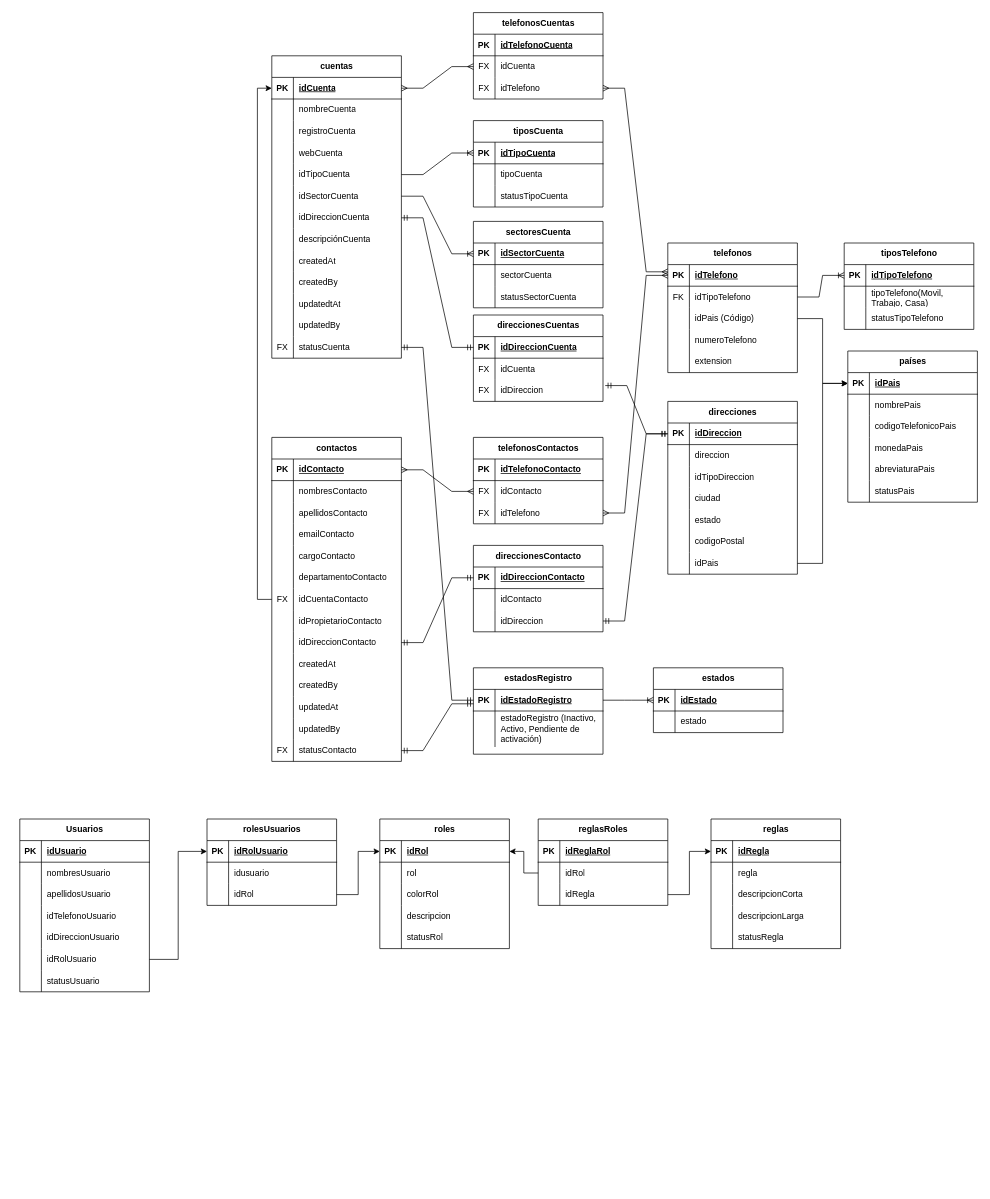
This is bd people.drawio from ocpdata/BDPeople, a draw.io file, before an edit. Source tidied: cells renumbered, new cells numbered last; positions are measured from the earlier drawing's top-left corner, leaving out a move shared by most shapes. Both pictures are drawn from the tidied source at 72%, with x=0, y=0 at pixel (19, 12).
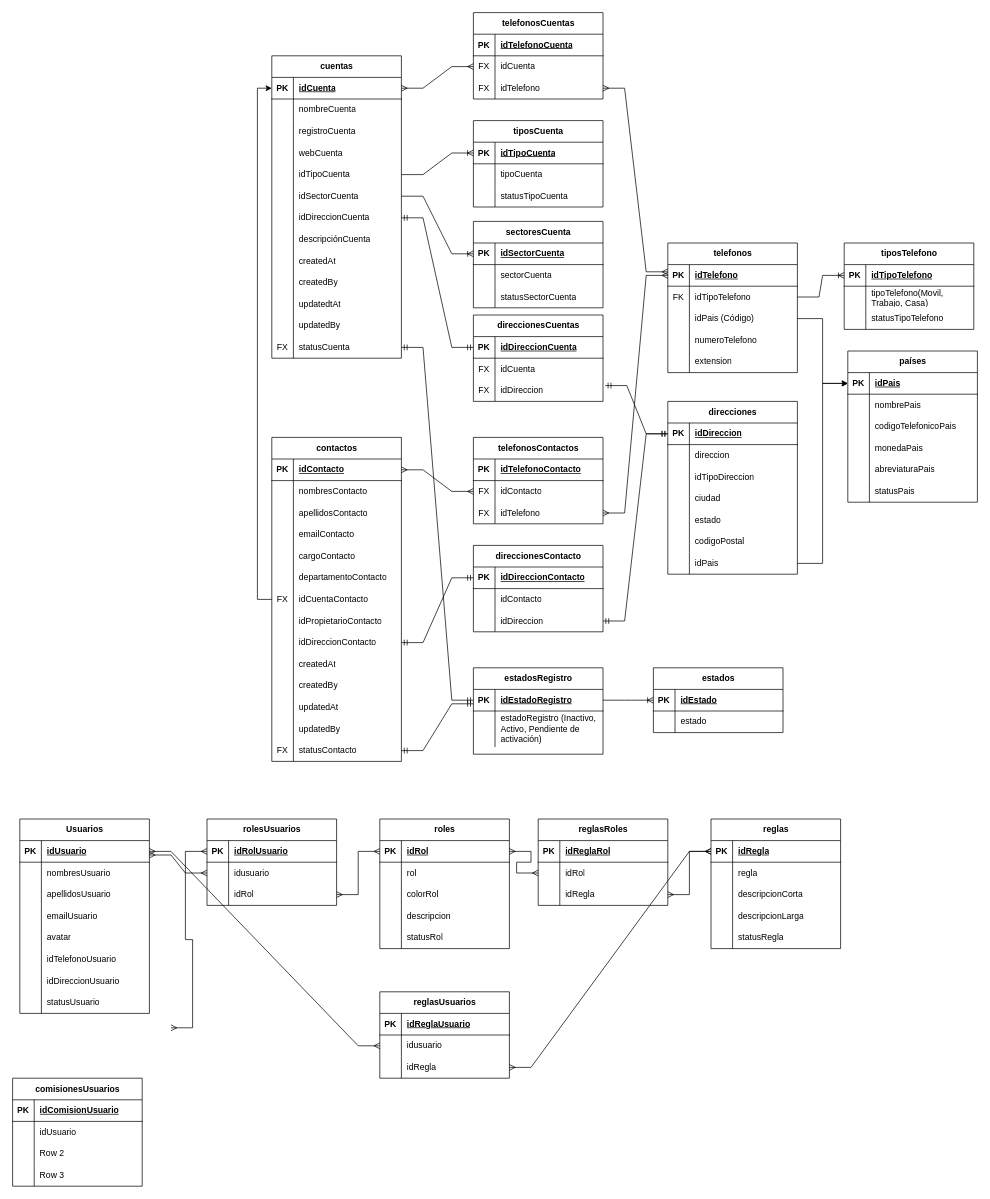
The same diagram, later.

The change refers to these unchanged cells:
```xml
<mxCell id="217" style="shape=tableRow;horizontal=0;startSize=0;swimlaneHead=0;swimlaneBody=0;fillColor=none;points=[[0,0.5],[1,0.5]];portConstraint=eastwest;top=0;left=0;right=0;bottom=1;" parent="216" vertex="1">
  <mxGeometry y="30" width="180" height="30" as="geometry" />
</mxCell>
<mxCell id="239" style="shape=tableRow;horizontal=0;startSize=0;swimlaneHead=0;swimlaneBody=0;fillColor=none;points=[[0,0.5],[1,0.5]];portConstraint=eastwest;top=0;left=0;right=0;bottom=1;" parent="238" vertex="1">
  <mxGeometry y="30" width="180" height="30" as="geometry" />
</mxCell>
<mxCell id="255" style="shape=tableRow;horizontal=0;startSize=0;swimlaneHead=0;swimlaneBody=0;fillColor=none;points=[[0,0.5],[1,0.5]];portConstraint=eastwest;top=0;left=0;right=0;bottom=1;" parent="254" vertex="1">
  <mxGeometry y="30" width="180" height="30" as="geometry" />
</mxCell>
<mxCell id="279" style="shape=tableRow;horizontal=0;startSize=0;swimlaneHead=0;swimlaneBody=0;fillColor=none;points=[[0,0.5],[1,0.5]];portConstraint=eastwest;top=0;left=0;right=0;bottom=1;" parent="278" vertex="1">
  <mxGeometry y="30" width="180" height="30" as="geometry" />
</mxCell>
<mxCell id="282" style="shape=tableRow;horizontal=0;startSize=0;swimlaneHead=0;swimlaneBody=0;fillColor=none;points=[[0,0.5],[1,0.5]];portConstraint=eastwest;top=0;left=0;right=0;bottom=0;" parent="278" vertex="1">
  <mxGeometry y="60" width="180" height="30" as="geometry" />
</mxCell>
<mxCell id="285" style="shape=tableRow;horizontal=0;startSize=0;swimlaneHead=0;swimlaneBody=0;fillColor=none;points=[[0,0.5],[1,0.5]];portConstraint=eastwest;top=0;left=0;right=0;bottom=0;" parent="278" vertex="1">
  <mxGeometry y="90" width="180" height="30" as="geometry" />
</mxCell>
<mxCell id="294" style="shape=tableRow;horizontal=0;startSize=0;swimlaneHead=0;swimlaneBody=0;fillColor=none;points=[[0,0.5],[1,0.5]];portConstraint=eastwest;top=0;left=0;right=0;bottom=0;" parent="290" vertex="1">
  <mxGeometry y="60" width="180" height="30" as="geometry" />
</mxCell>
<mxCell id="297" style="shape=tableRow;horizontal=0;startSize=0;swimlaneHead=0;swimlaneBody=0;fillColor=none;points=[[0,0.5],[1,0.5]];portConstraint=eastwest;top=0;left=0;right=0;bottom=0;" parent="290" vertex="1">
  <mxGeometry y="90" width="180" height="30" as="geometry" />
</mxCell>
```

The edit, as a diff of the source:
```diff
@@
     <mxCell id="216" value="Usuarios" style="shape=table;startSize=30;childLayout=tableLayout;rowLines=0;fontStyle=1;align=center;html=1;" parent="1" vertex="1">
-      <mxGeometry y="1120" width="180" height="240" as="geometry" />
+      <mxGeometry y="1120" width="180" height="270" as="geometry" />
     </mxCell>
@@
+    <mxCell id="321" style="shape=tableRow;horizontal=0;startSize=0;swimlaneHead=0;swimlaneBody=0;fillColor=none;top=0;left=0;right=0;bottom=0;" parent="216" vertex="1">
+      <mxGeometry y="120" width="180" height="30" as="geometry" />
+    </mxCell>
+    <mxCell id="322" style="shape=partialRectangle;fillColor=none;top=0;left=0;bottom=0;right=0;overflow=hidden;whiteSpace=wrap;html=1;" parent="321" vertex="1">
+      <mxGeometry width="30" height="30" as="geometry" />
+    </mxCell>
+    <mxCell id="323" value="emailUsuario" style="shape=partialRectangle;fillColor=none;top=0;left=0;bottom=0;right=0;align=left;spacingLeft=6;overflow=hidden;whiteSpace=wrap;html=1;" parent="321" vertex="1">
+      <mxGeometry x="30" width="150" height="30" as="geometry" />
+    </mxCell>
+    <mxCell id="324" style="shape=tableRow;horizontal=0;startSize=0;swimlaneHead=0;swimlaneBody=0;fillColor=none;top=0;left=0;right=0;bottom=0;" parent="216" vertex="1">
+      <mxGeometry y="150" width="180" height="30" as="geometry" />
+    </mxCell>
+    <mxCell id="325" style="shape=partialRectangle;fillColor=none;top=0;left=0;bottom=0;right=0;overflow=hidden;whiteSpace=wrap;html=1;" parent="324" vertex="1">
+      <mxGeometry width="30" height="30" as="geometry" />
+    </mxCell>
+    <mxCell id="326" value="avatar" style="shape=partialRectangle;fillColor=none;top=0;left=0;bottom=0;right=0;align=left;spacingLeft=6;overflow=hidden;whiteSpace=wrap;html=1;" parent="324" vertex="1">
+      <mxGeometry x="30" width="150" height="30" as="geometry" />
+    </mxCell>
     <mxCell id="226" style="shape=tableRow;horizontal=0;startSize=0;swimlaneHead=0;swimlaneBody=0;fillColor=none;top=0;left=0;right=0;bottom=0;" parent="216" vertex="1">
-      <mxGeometry y="120" width="180" height="30" as="geometry" />
+      <mxGeometry y="180" width="180" height="30" as="geometry" />
     </mxCell>
@@
     <mxCell id="229" style="shape=tableRow;horizontal=0;startSize=0;swimlaneHead=0;swimlaneBody=0;fillColor=none;top=0;left=0;right=0;bottom=0;" parent="216" vertex="1">
-      <mxGeometry y="150" width="180" height="30" as="geometry" />
+      <mxGeometry y="210" width="180" height="30" as="geometry" />
     </mxCell>
@@
-    <mxCell id="232" style="shape=tableRow;horizontal=0;startSize=0;swimlaneHead=0;swimlaneBody=0;fillColor=none;points=[[0,0.5],[1,0.5]];portConstraint=eastwest;top=0;left=0;right=0;bottom=0;" parent="216" vertex="1">
-      <mxGeometry y="180" width="180" height="30" as="geometry" />
-    </mxCell>
-    <mxCell id="233" style="shape=partialRectangle;fillColor=none;top=0;left=0;bottom=0;right=0;overflow=hidden;whiteSpace=wrap;html=1;" parent="232" vertex="1">
-      <mxGeometry width="30" height="30" as="geometry" />
-    </mxCell>
-    <mxCell id="234" value="idRolUsuario" style="shape=partialRectangle;fillColor=none;top=0;left=0;bottom=0;right=0;align=left;spacingLeft=6;overflow=hidden;whiteSpace=wrap;html=1;" parent="232" vertex="1">
-      <mxGeometry x="30" width="150" height="30" as="geometry" />
-    </mxCell>
     <mxCell id="235" style="shape=tableRow;horizontal=0;startSize=0;swimlaneHead=0;swimlaneBody=0;fillColor=none;top=0;left=0;right=0;bottom=0;" parent="216" vertex="1">
-      <mxGeometry y="210" width="180" height="30" as="geometry" />
+      <mxGeometry y="240" width="180" height="30" as="geometry" />
     </mxCell>
@@
-    <mxCell id="288" style="edgeStyle=orthogonalEdgeStyle;rounded=0;jettySize=auto;html=1;exitX=1;exitY=0.5;exitDx=0;exitDy=0;entryX=0;entryY=0.5;entryDx=0;entryDy=0;" parent="1" edge="1" source="232" target="279">
-      <mxGeometry relative="1" as="geometry" />
-    </mxCell>
-    <mxCell id="289" style="edgeStyle=orthogonalEdgeStyle;rounded=0;jettySize=auto;html=1;exitX=1;exitY=0.5;exitDx=0;exitDy=0;entryX=0;entryY=0.5;entryDx=0;entryDy=0;" parent="1" edge="1" source="285" target="255">
-      <mxGeometry relative="1" as="geometry" />
-    </mxCell>
@@
-    <mxCell id="300" style="edgeStyle=orthogonalEdgeStyle;rounded=0;jettySize=auto;html=1;exitX=0;exitY=0.5;exitDx=0;exitDy=0;entryX=1;entryY=0.5;entryDx=0;entryDy=0;" parent="1" edge="1" source="294" target="255">
-      <mxGeometry relative="1" as="geometry" />
-    </mxCell>
-    <mxCell id="301" style="edgeStyle=orthogonalEdgeStyle;rounded=0;jettySize=auto;html=1;exitX=1;exitY=0.5;exitDx=0;exitDy=0;entryX=0;entryY=0.5;entryDx=0;entryDy=0;" parent="1" edge="1" source="297" target="239">
-      <mxGeometry relative="1" as="geometry" />
-    </mxCell>
@@
+    <mxCell id="327" value="reglasUsuarios" style="shape=table;startSize=30;childLayout=tableLayout;rowLines=0;fontStyle=1;align=center;html=1;" parent="1" vertex="1">
+      <mxGeometry x="500" y="1360" width="180" height="120" as="geometry" />
+    </mxCell>
+    <mxCell id="328" style="shape=tableRow;horizontal=0;startSize=0;swimlaneHead=0;swimlaneBody=0;fillColor=none;top=0;left=0;right=0;bottom=1;" parent="327" vertex="1">
+      <mxGeometry y="30" width="180" height="30" as="geometry" />
+    </mxCell>
+    <mxCell id="329" value="PK" style="shape=partialRectangle;fillColor=none;top=0;left=0;bottom=0;right=0;fontStyle=1;overflow=hidden;whiteSpace=wrap;html=1;" parent="328" vertex="1">
+      <mxGeometry width="30" height="30" as="geometry" />
+    </mxCell>
+    <mxCell id="330" value="idReglaUsuario" style="shape=partialRectangle;fillColor=none;top=0;left=0;bottom=0;right=0;align=left;spacingLeft=6;fontStyle=5;overflow=hidden;whiteSpace=wrap;html=1;" parent="328" vertex="1">
+      <mxGeometry x="30" width="150" height="30" as="geometry" />
+    </mxCell>
+    <mxCell id="331" style="shape=tableRow;horizontal=0;startSize=0;swimlaneHead=0;swimlaneBody=0;fillColor=none;points=[[0,0.5],[1,0.5]];portConstraint=eastwest;top=0;left=0;right=0;bottom=0;" parent="327" vertex="1">
+      <mxGeometry y="60" width="180" height="30" as="geometry" />
+    </mxCell>
+    <mxCell id="332" style="shape=partialRectangle;fillColor=none;top=0;left=0;bottom=0;right=0;overflow=hidden;whiteSpace=wrap;html=1;" parent="331" vertex="1">
+      <mxGeometry width="30" height="30" as="geometry" />
+    </mxCell>
+    <mxCell id="333" value="idusuario" style="shape=partialRectangle;fillColor=none;top=0;left=0;bottom=0;right=0;align=left;spacingLeft=6;overflow=hidden;whiteSpace=wrap;html=1;" parent="331" vertex="1">
+      <mxGeometry x="30" width="150" height="30" as="geometry" />
+    </mxCell>
+    <mxCell id="334" style="shape=tableRow;horizontal=0;startSize=0;swimlaneHead=0;swimlaneBody=0;fillColor=none;points=[[0,0.5],[1,0.5]];portConstraint=eastwest;top=0;left=0;right=0;bottom=0;" parent="327" vertex="1">
+      <mxGeometry y="90" width="180" height="30" as="geometry" />
+    </mxCell>
+    <mxCell id="335" style="shape=partialRectangle;fillColor=none;top=0;left=0;bottom=0;right=0;overflow=hidden;whiteSpace=wrap;html=1;" parent="334" vertex="1">
+      <mxGeometry width="30" height="30" as="geometry" />
+    </mxCell>
+    <mxCell id="336" value="idRegla" style="shape=partialRectangle;fillColor=none;top=0;left=0;bottom=0;right=0;align=left;spacingLeft=6;overflow=hidden;whiteSpace=wrap;html=1;" parent="334" vertex="1">
+      <mxGeometry x="30" width="150" height="30" as="geometry" />
+    </mxCell>
+    <mxCell id="337" style="edgeStyle=entityRelationEdgeStyle;fontSize=12;html=1;endArrow=ERmany;startArrow=ERmany;rounded=0;entryX=0;entryY=0.5;entryDx=0;entryDy=0;" parent="1" edge="1" source="217" target="331">
+      <mxGeometry relative="1" as="geometry" />
+    </mxCell>
+    <mxCell id="338" style="edgeStyle=entityRelationEdgeStyle;fontSize=12;html=1;endArrow=ERmany;startArrow=ERmany;rounded=0;entryX=0;entryY=0.5;entryDx=0;entryDy=0;exitX=1;exitY=0.5;exitDx=0;exitDy=0;" parent="1" edge="1" source="334" target="239">
+      <mxGeometry relative="1" as="geometry" />
+    </mxCell>
+    <mxCell id="339" style="edgeStyle=entityRelationEdgeStyle;fontSize=12;html=1;endArrow=ERmany;startArrow=ERmany;rounded=0;entryX=0;entryY=0.5;entryDx=0;entryDy=0;exitX=1;exitY=0.5;exitDx=0;exitDy=0;" parent="1" edge="1" target="279">
+      <mxGeometry relative="1" as="geometry">
+        <mxPoint x="210" y="1410" as="sourcePoint" />
+      </mxGeometry>
+    </mxCell>
+    <mxCell id="340" style="edgeStyle=entityRelationEdgeStyle;fontSize=12;html=1;endArrow=ERmany;startArrow=ERmany;rounded=0;entryX=0;entryY=0.5;entryDx=0;entryDy=0;" parent="1" edge="1" target="282">
+      <mxGeometry relative="1" as="geometry">
+        <mxPoint x="180" y="1170" as="sourcePoint" />
+      </mxGeometry>
+    </mxCell>
+    <mxCell id="289" style="edgeStyle=entityRelationEdgeStyle;fontSize=12;html=1;endArrow=ERmany;startArrow=ERmany;rounded=0;entryX=0;entryY=0.5;entryDx=0;entryDy=0;exitX=1;exitY=0.5;exitDx=0;exitDy=0;" parent="1" edge="1" source="285" target="255">
+      <mxGeometry relative="1" as="geometry" />
+    </mxCell>
+    <mxCell id="341" style="edgeStyle=entityRelationEdgeStyle;fontSize=12;html=1;endArrow=ERmany;startArrow=ERmany;rounded=0;entryX=0;entryY=0.5;entryDx=0;entryDy=0;" parent="1" edge="1" source="255" target="294">
+      <mxGeometry relative="1" as="geometry" />
+    </mxCell>
+    <mxCell id="301" style="edgeStyle=entityRelationEdgeStyle;fontSize=12;html=1;endArrow=ERmany;startArrow=ERmany;rounded=0;exitX=1;exitY=0.5;exitDx=0;exitDy=0;entryX=0;entryY=0.5;entryDx=0;entryDy=0;" parent="1" edge="1" source="297" target="239">
+      <mxGeometry relative="1" as="geometry" />
+    </mxCell>
+    <mxCell id="342" value="comisionesUsuarios" style="shape=table;startSize=30;childLayout=tableLayout;rowLines=0;fontStyle=1;align=center;html=1;" parent="1" vertex="1">
+      <mxGeometry x="-10" y="1480" width="180" height="150" as="geometry" />
+    </mxCell>
+    <mxCell id="343" style="shape=tableRow;horizontal=0;startSize=0;swimlaneHead=0;swimlaneBody=0;fillColor=none;top=0;left=0;right=0;bottom=1;" parent="342" vertex="1">
+      <mxGeometry y="30" width="180" height="30" as="geometry" />
+    </mxCell>
+    <mxCell id="344" value="PK" style="shape=partialRectangle;fillColor=none;top=0;left=0;bottom=0;right=0;fontStyle=1;overflow=hidden;whiteSpace=wrap;html=1;" parent="343" vertex="1">
+      <mxGeometry width="30" height="30" as="geometry" />
+    </mxCell>
+    <mxCell id="345" value="idComisionUsuario" style="shape=partialRectangle;fillColor=none;top=0;left=0;bottom=0;right=0;align=left;spacingLeft=6;fontStyle=5;overflow=hidden;whiteSpace=wrap;html=1;" parent="343" vertex="1">
+      <mxGeometry x="30" width="150" height="30" as="geometry" />
+    </mxCell>
+    <mxCell id="346" style="shape=tableRow;horizontal=0;startSize=0;swimlaneHead=0;swimlaneBody=0;fillColor=none;top=0;left=0;right=0;bottom=0;" parent="342" vertex="1">
+      <mxGeometry y="60" width="180" height="30" as="geometry" />
+    </mxCell>
+    <mxCell id="347" style="shape=partialRectangle;fillColor=none;top=0;left=0;bottom=0;right=0;overflow=hidden;whiteSpace=wrap;html=1;" parent="346" vertex="1">
+      <mxGeometry width="30" height="30" as="geometry" />
+    </mxCell>
+    <mxCell id="348" value="idUsuario" style="shape=partialRectangle;fillColor=none;top=0;left=0;bottom=0;right=0;align=left;spacingLeft=6;overflow=hidden;whiteSpace=wrap;html=1;" parent="346" vertex="1">
+      <mxGeometry x="30" width="150" height="30" as="geometry" />
+    </mxCell>
+    <mxCell id="349" style="shape=tableRow;horizontal=0;startSize=0;swimlaneHead=0;swimlaneBody=0;fillColor=none;top=0;left=0;right=0;bottom=0;" parent="342" vertex="1">
+      <mxGeometry y="90" width="180" height="30" as="geometry" />
+    </mxCell>
+    <mxCell id="350" style="shape=partialRectangle;fillColor=none;top=0;left=0;bottom=0;right=0;overflow=hidden;whiteSpace=wrap;html=1;" parent="349" vertex="1">
+      <mxGeometry width="30" height="30" as="geometry" />
+    </mxCell>
+    <mxCell id="351" value="Row 2" style="shape=partialRectangle;fillColor=none;top=0;left=0;bottom=0;right=0;align=left;spacingLeft=6;overflow=hidden;whiteSpace=wrap;html=1;" parent="349" vertex="1">
+      <mxGeometry x="30" width="150" height="30" as="geometry" />
+    </mxCell>
+    <mxCell id="352" style="shape=tableRow;horizontal=0;startSize=0;swimlaneHead=0;swimlaneBody=0;fillColor=none;top=0;left=0;right=0;bottom=0;" parent="342" vertex="1">
+      <mxGeometry y="120" width="180" height="30" as="geometry" />
+    </mxCell>
+    <mxCell id="353" style="shape=partialRectangle;fillColor=none;top=0;left=0;bottom=0;right=0;overflow=hidden;whiteSpace=wrap;html=1;" parent="352" vertex="1">
+      <mxGeometry width="30" height="30" as="geometry" />
+    </mxCell>
+    <mxCell id="354" value="Row 3" style="shape=partialRectangle;fillColor=none;top=0;left=0;bottom=0;right=0;align=left;spacingLeft=6;overflow=hidden;whiteSpace=wrap;html=1;" parent="352" vertex="1">
+      <mxGeometry x="30" width="150" height="30" as="geometry" />
+    </mxCell>
```
